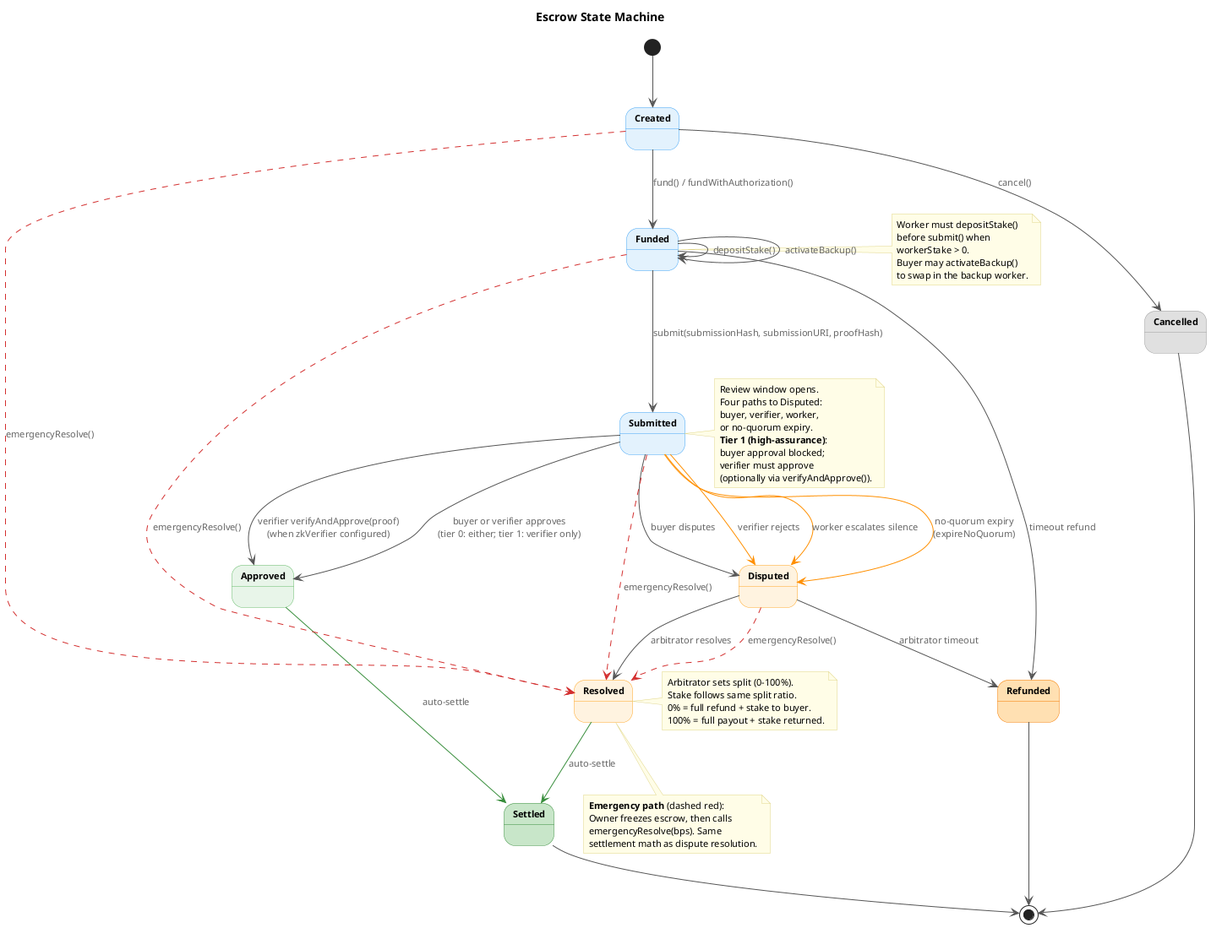
eddiefleurent/agent-escrow keeps this PlantUML diagram as docs/diagrams/state-machine.png. Above is the earlier version.
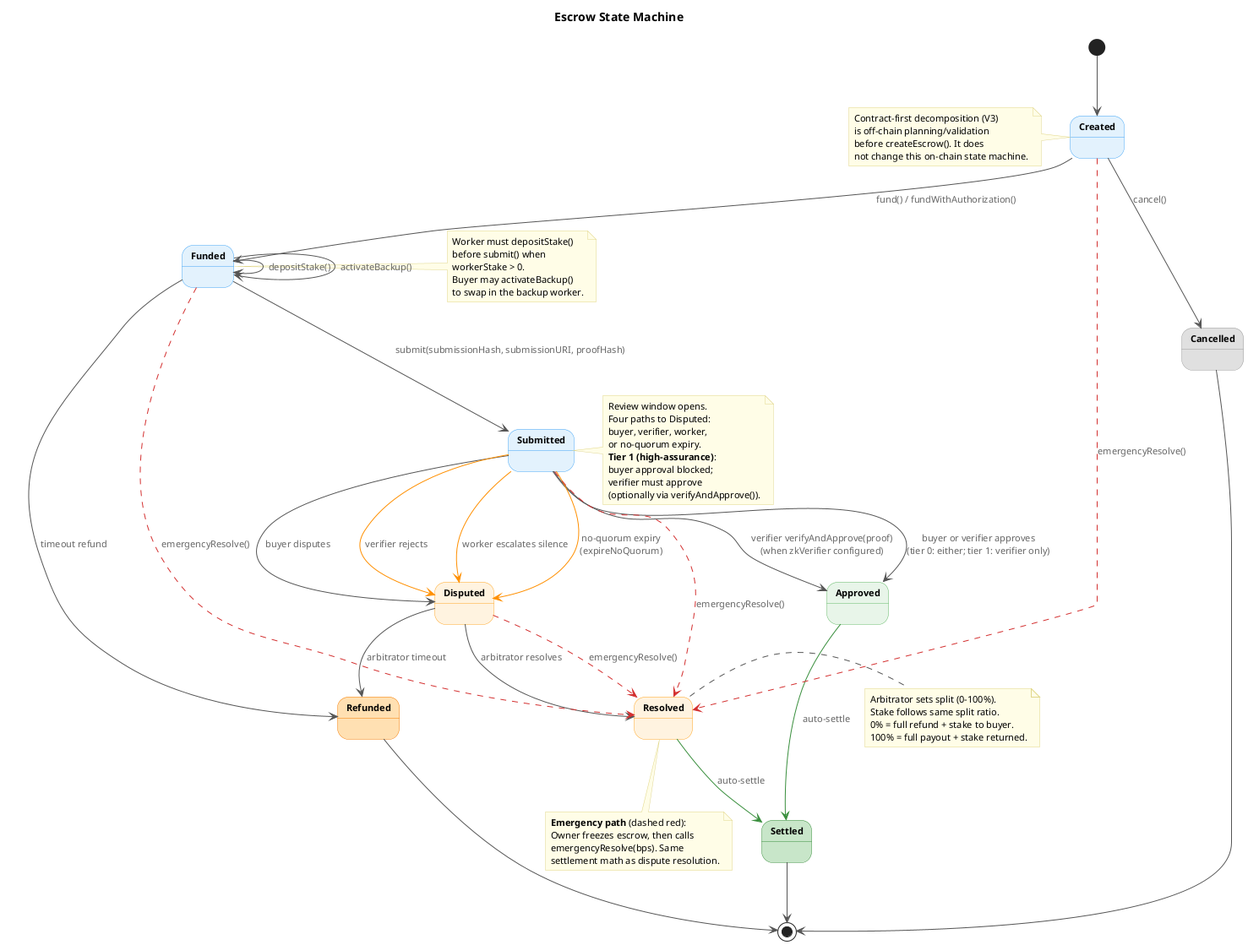
Later version of the same file.

What changed in the source:
```diff
@@ -33,6 +33,13 @@
 state Cancelled #E0E0E0 ##9E9E9E
 
 [*] --> Created
+
+note left of Created
+  Contract-first decomposition (V3)
+  is off-chain planning/validation
+  before createEscrow(). It does
+  not change this on-chain state machine.
+end note
 
 Created --> Funded : fund() / fundWithAuthorization()
 Created --> Cancelled : cancel()
```
